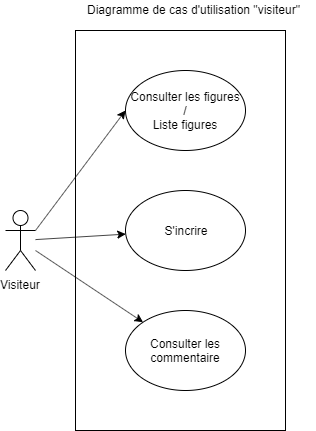
Before: UMLs/Utilisation/DiagrammedeCasdUtilisationVisiteur.png, a diagram exported from draw.io (erreur4045/symfony). Source tidied: cells renumbered, new cells last; positions are measured from the earlier drawing's top-left corner, leaving out a move shared by most shapes.
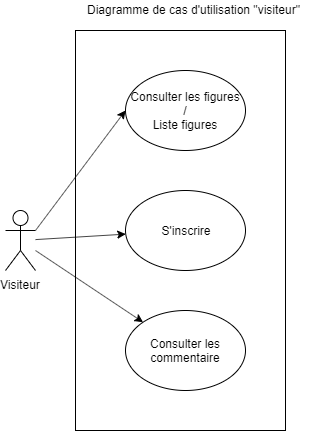
After the commit.

What changed in the source:
```diff
@@ -20,7 +20,7 @@
     <mxCell id="7" value="Consulter les figures&lt;br&gt;/&lt;br&gt;Liste figures" style="ellipse;whiteSpace=wrap;html=1;" parent="1" vertex="1">
       <mxGeometry x="120" y="70" width="120" height="80" as="geometry" />
     </mxCell>
-    <mxCell id="8" value="S'incrire" style="ellipse;whiteSpace=wrap;html=1;" parent="1" vertex="1">
+    <mxCell id="8" value="S'inscrire" style="ellipse;whiteSpace=wrap;html=1;" parent="1" vertex="1">
       <mxGeometry x="120" y="190" width="120" height="80" as="geometry" />
     </mxCell>
     <mxCell id="9" value="Consulter les commentaire" style="ellipse;whiteSpace=wrap;html=1;" parent="1" vertex="1">
```
